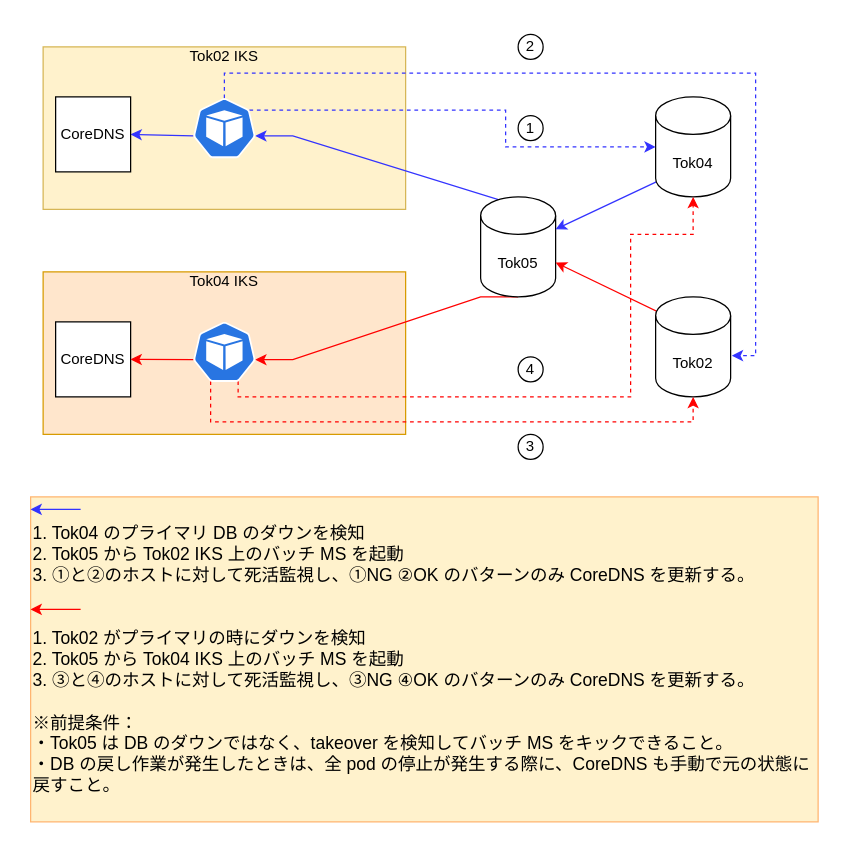
Above: page "Page-12" (12 of 13) of Untitled Diagram.drawio in stefan21jp/Liberty (draw.io), before the change. Source tidied: cells renumbered, new cells numbered last; positions are measured from the earlier drawing's top-left corner, leaving out a move shared by most shapes. Both pictures are drawn from the tidied source at 125%, with x=0, y=0 at pixel (30, 34).
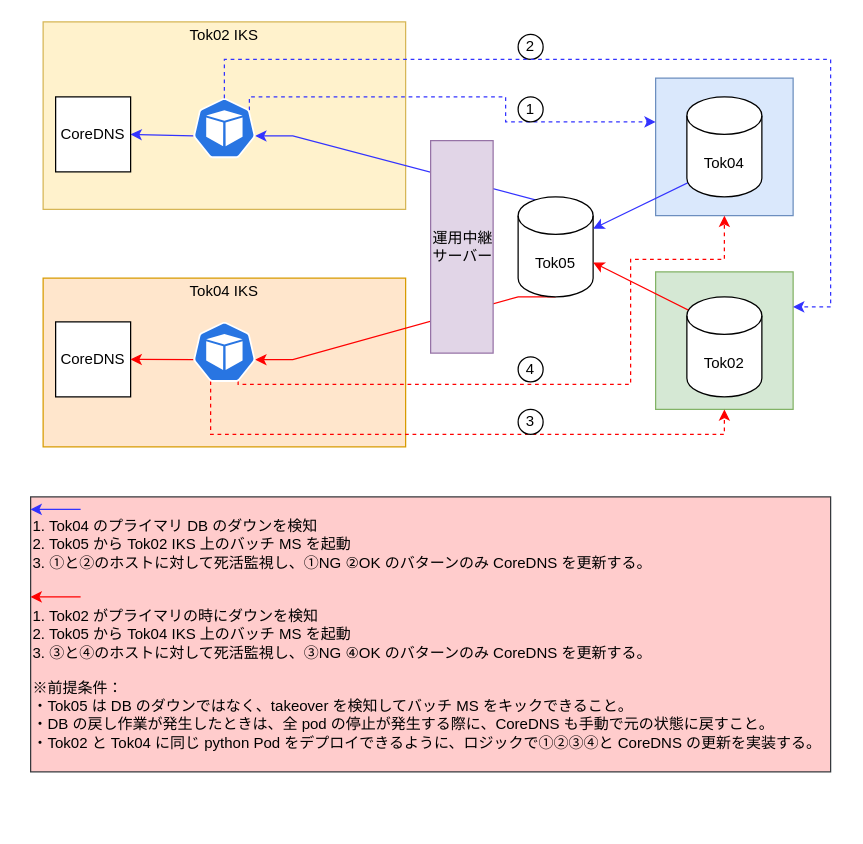
Above is the later version.

The change refers to these unchanged cells:
```xml
<mxCell id="14" style="html=1;dashed=0;whitespace=wrap;fillColor=#2875E2;strokeColor=#ffffff;points=[[0.005,0.63,0],[0.1,0.2,0],[0.9,0.2,0],[0.5,0,0],[0.995,0.63,0],[0.72,0.99,0],[0.5,1,0],[0.28,0.99,0]];shape=mxgraph.kubernetes.icon;prIcon=pod;" parent="1" vertex="1">
  <mxGeometry x="130" y="51" width="50" height="48" as="geometry" />
</mxCell>
<mxCell id="19" style="html=1;dashed=0;whitespace=wrap;fillColor=#2875E2;strokeColor=#ffffff;points=[[0.005,0.63,0],[0.1,0.2,0],[0.9,0.2,0],[0.5,0,0],[0.995,0.63,0],[0.72,0.99,0],[0.5,1,0],[0.28,0.99,0]];shape=mxgraph.kubernetes.icon;prIcon=pod;" parent="1" vertex="1">
  <mxGeometry x="130" y="230" width="50" height="48" as="geometry" />
</mxCell>
```

Change to the diagram source:
```diff
@@
+    <mxCell id="28" style="whiteSpace=wrap;html=1;strokeColor=#82b366;fillColor=#d5e8d4;fontSize=12;align=left;" parent="1" vertex="1">
+      <mxGeometry x="500" y="190" width="110" height="110" as="geometry" />
+    </mxCell>
+    <mxCell id="29" style="whiteSpace=wrap;html=1;strokeColor=#6c8ebf;fillColor=#dae8fc;fontSize=12;align=left;" parent="1" vertex="1">
+      <mxGeometry x="500" y="35" width="110" height="110" as="geometry" />
+    </mxCell>
     <mxCell id="2" value="&lt;div align=&quot;center&quot;&gt;Tok04 IKS&lt;/div&gt;&lt;div align=&quot;center&quot;&gt;&lt;br&gt;&lt;/div&gt;&lt;div align=&quot;center&quot;&gt;&lt;br&gt;&lt;/div&gt;&lt;div align=&quot;center&quot;&gt;&lt;br&gt;&lt;/div&gt;&lt;div align=&quot;center&quot;&gt;&lt;br&gt;&lt;/div&gt;&lt;div align=&quot;center&quot;&gt;&lt;br&gt;&lt;/div&gt;&lt;div align=&quot;center&quot;&gt;&lt;br&gt;&lt;/div&gt;&lt;div align=&quot;center&quot;&gt;&lt;br&gt;&lt;/div&gt;&lt;div align=&quot;center&quot;&gt;&lt;br&gt;&lt;/div&gt;" style="rounded=0;whiteSpace=wrap;html=1;align=center;fillColor=#ffe6cc;strokeColor=#d79b00;" parent="1" vertex="1">
-      <mxGeometry x="10" y="190" width="290" height="130" as="geometry" />
+      <mxGeometry x="10" y="195" width="290" height="135" as="geometry" />
     </mxCell>
-    <mxCell id="3" value="&lt;div align=&quot;center&quot;&gt;Tok02 IKS&lt;/div&gt;&lt;div align=&quot;center&quot;&gt;&lt;br&gt;&lt;/div&gt;&lt;div align=&quot;center&quot;&gt;&lt;br&gt;&lt;/div&gt;&lt;div align=&quot;center&quot;&gt;&lt;br&gt;&lt;/div&gt;&lt;div align=&quot;center&quot;&gt;&lt;br&gt;&lt;/div&gt;&lt;div align=&quot;center&quot;&gt;&lt;br&gt;&lt;/div&gt;&lt;div align=&quot;center&quot;&gt;&lt;br&gt;&lt;/div&gt;&lt;div align=&quot;center&quot;&gt;&lt;br&gt;&lt;/div&gt;&lt;div align=&quot;center&quot;&gt;&lt;br&gt;&lt;/div&gt;" style="rounded=0;whiteSpace=wrap;html=1;align=center;fillColor=#fff2cc;strokeColor=#d6b656;" parent="1" vertex="1">
-      <mxGeometry x="10" y="10" width="290" height="130" as="geometry" />
+    <mxCell id="3" value="&lt;div align=&quot;center&quot;&gt;Tok02 IKS&lt;/div&gt;&lt;div align=&quot;center&quot;&gt;&lt;br&gt;&lt;/div&gt;&lt;div align=&quot;center&quot;&gt;&lt;br&gt;&lt;/div&gt;&lt;div align=&quot;center&quot;&gt;&lt;br&gt;&lt;/div&gt;&lt;div align=&quot;center&quot;&gt;&lt;br&gt;&lt;/div&gt;&lt;div align=&quot;center&quot;&gt;&lt;br&gt;&lt;/div&gt;&lt;div align=&quot;center&quot;&gt;&lt;br&gt;&lt;/div&gt;&lt;div align=&quot;center&quot;&gt;&lt;br&gt;&lt;/div&gt;&lt;div align=&quot;center&quot;&gt;&lt;br&gt;&lt;/div&gt;&lt;div align=&quot;center&quot;&gt;&lt;br&gt;&lt;/div&gt;" style="rounded=0;whiteSpace=wrap;html=1;align=center;fillColor=#fff2cc;strokeColor=#d6b656;" parent="1" vertex="1">
+      <mxGeometry x="10" y="-10" width="290" height="150" as="geometry" />
     </mxCell>
@@
     <mxCell id="6" value="Tok05" style="shape=cylinder3;whiteSpace=wrap;html=1;boundedLbl=1;backgroundOutline=1;size=15;" parent="1" vertex="1">
-      <mxGeometry x="360" y="130" width="60" height="80" as="geometry" />
+      <mxGeometry x="390" y="130" width="60" height="80" as="geometry" />
     </mxCell>
@@
     <mxCell id="8" value="Tok04" style="shape=cylinder3;whiteSpace=wrap;html=1;boundedLbl=1;backgroundOutline=1;size=15;" parent="1" vertex="1">
-      <mxGeometry x="500" y="50" width="60" height="80" as="geometry" />
+      <mxGeometry x="525" y="50" width="60" height="80" as="geometry" />
     </mxCell>
@@
     <mxCell id="10" value="Tok02" style="shape=cylinder3;whiteSpace=wrap;html=1;boundedLbl=1;backgroundOutline=1;size=15;" parent="1" vertex="1">
-      <mxGeometry x="500" y="210" width="60" height="80" as="geometry" />
+      <mxGeometry x="525" y="210" width="60" height="80" as="geometry" />
     </mxCell>
@@
-    <mxCell id="12" style="edgeStyle=elbowEdgeStyle;rounded=0;jettySize=auto;html=1;exitX=0.9;exitY=0.2;exitDx=0;exitDy=0;exitPerimeter=0;entryX=0;entryY=0.5;entryDx=0;entryDy=0;entryPerimeter=0;strokeColor=#3333FF;dashed=1;" parent="1" edge="1" source="14" target="8">
+    <mxCell id="12" style="edgeStyle=orthogonalEdgeStyle;rounded=0;jettySize=auto;html=1;exitX=0.9;exitY=0.2;exitDx=0;exitDy=0;exitPerimeter=0;strokeColor=#3333FF;dashed=1;" parent="1" edge="1" source="14">
       <mxGeometry relative="1" as="geometry">
+        <mxPoint x="500" y="70" as="targetPoint" />
         <Array as="points">
+          <mxPoint x="175" y="50" />
           <mxPoint x="380" y="50" />
+          <mxPoint x="380" y="70" />
+          <mxPoint x="500" y="70" />
         </Array>
       </mxGeometry>
     </mxCell>
-    <mxCell id="13" style="edgeStyle=orthogonalEdgeStyle;rounded=0;jettySize=auto;html=1;exitX=0.5;exitY=0;exitDx=0;exitDy=0;exitPerimeter=0;entryX=1.017;entryY=0.588;entryDx=0;entryDy=0;entryPerimeter=0;dashed=1;strokeColor=#3333FF;" parent="1" edge="1" source="14" target="10">
-      <mxGeometry relative="1" as="geometry" />
-    </mxCell>
@@
-    <mxCell id="17" style="edgeStyle=orthogonalEdgeStyle;rounded=0;jettySize=auto;html=1;exitX=0.72;exitY=0.99;exitDx=0;exitDy=0;exitPerimeter=0;entryX=0.5;entryY=1;entryDx=0;entryDy=0;entryPerimeter=0;dashed=1;strokeColor=#FF0000;" parent="1" edge="1" source="19" target="8">
+    <mxCell id="17" style="edgeStyle=orthogonalEdgeStyle;rounded=0;jettySize=auto;html=1;exitX=0.72;exitY=0.99;exitDx=0;exitDy=0;exitPerimeter=0;dashed=1;strokeColor=#FF0000;" parent="1" edge="1" source="19">
       <mxGeometry relative="1" as="geometry">
+        <mxPoint x="555" y="145" as="targetPoint" />
         <Array as="points">
-          <mxPoint x="166" y="290" />
-          <mxPoint x="480" y="290" />
-          <mxPoint x="480" y="160" />
-          <mxPoint x="530" y="160" />
+          <mxPoint x="166" y="280" />
+          <mxPoint x="480" y="280" />
+          <mxPoint x="480" y="180" />
+          <mxPoint x="555" y="180" />
         </Array>
       </mxGeometry>
     </mxCell>
-    <mxCell id="18" style="edgeStyle=orthogonalEdgeStyle;rounded=0;jettySize=auto;html=1;exitX=0.28;exitY=0.99;exitDx=0;exitDy=0;exitPerimeter=0;entryX=0.5;entryY=1;entryDx=0;entryDy=0;entryPerimeter=0;dashed=1;strokeColor=#FF0000;" parent="1" edge="1" source="19" target="10">
+    <mxCell id="18" style="edgeStyle=orthogonalEdgeStyle;rounded=0;jettySize=auto;html=1;exitX=0.28;exitY=0.99;exitDx=0;exitDy=0;exitPerimeter=0;dashed=1;strokeColor=#FF0000;entryX=0.5;entryY=1;entryDx=0;entryDy=0;" parent="1" edge="1" source="19" target="28">
       <mxGeometry relative="1" as="geometry">
         <Array as="points">
-          <mxPoint x="144" y="310" />
-          <mxPoint x="530" y="310" />
+          <mxPoint x="144" y="320" />
+          <mxPoint x="555" y="320" />
         </Array>
       </mxGeometry>
     </mxCell>
@@
     <mxCell id="21" value="3" style="ellipse;whiteSpace=wrap;html=1;" parent="1" vertex="1">
-      <mxGeometry x="390" y="320" width="20" height="20" as="geometry" />
+      <mxGeometry x="390" y="300" width="20" height="20" as="geometry" />
     </mxCell>
@@
     <mxCell id="23" value="1" style="ellipse;whiteSpace=wrap;html=1;" parent="1" vertex="1">
-      <mxGeometry x="390" y="65" width="20" height="20" as="geometry" />
+      <mxGeometry x="390" y="50" width="20" height="20" as="geometry" />
     </mxCell>
-    <mxCell id="24" value="&lt;div style=&quot;font-size: 14px&quot;&gt;1. Tok04 のプライマリ DB のダウンを検知&lt;/div&gt;&lt;div style=&quot;font-size: 14px&quot;&gt;2. Tok05 から Tok02 IKS 上のバッチ MS を起動&lt;/div&gt;&lt;div style=&quot;font-size: 14px&quot;&gt;3. ①と②のホストに対して死活監視し、①NG ②OK のバターンのみ CoreDNS を更新する。&lt;/div&gt;&lt;div style=&quot;font-size: 14px&quot;&gt;&lt;br&gt;&lt;/div&gt;&lt;div style=&quot;font-size: 14px&quot;&gt;&lt;br style=&quot;font-size: 14px&quot;&gt;&lt;/div&gt;&lt;div style=&quot;font-size: 14px&quot;&gt;&lt;div style=&quot;font-size: 14px&quot;&gt;1. Tok02 がプライマリの時にダウンを検知&lt;/div&gt;&lt;div style=&quot;font-size: 14px&quot;&gt;2. Tok05 から Tok04 IKS 上のバッチ MS を起動&lt;/div&gt;&lt;div style=&quot;font-size: 14px&quot;&gt;3. ③と④のホストに対して死活監視し、③NG ④OK のバターンのみ CoreDNS を更新する。&lt;/div&gt;&lt;div style=&quot;font-size: 14px&quot;&gt;&lt;br&gt;&lt;/div&gt;&lt;div style=&quot;font-size: 14px&quot;&gt;※前提条件：&lt;/div&gt;&lt;div style=&quot;font-size: 14px&quot;&gt;・Tok05 は DB のダウンではなく、takeover を検知してバッチ MS をキックできること。&lt;/div&gt;&lt;div style=&quot;font-size: 14px&quot;&gt;・DB の戻し作業が発生したときは、全 pod の停止が発生する際に、CoreDNS も手動で元の状態に戻すこと。&lt;br style=&quot;font-size: 14px&quot;&gt;&lt;/div&gt;&lt;/div&gt;" style="rounded=0;whiteSpace=wrap;html=1;align=left;fontSize=14;fillColor=#fff2cc;strokeColor=#FFB570;" parent="1" vertex="1">
-      <mxGeometry y="370" width="630" height="260" as="geometry" />
+    <mxCell id="24" value="&lt;div style=&quot;font-size: 12px;&quot;&gt;1. Tok04 のプライマリ DB のダウンを検知&lt;/div&gt;&lt;div style=&quot;font-size: 12px;&quot;&gt;2. Tok05 から Tok02 IKS 上のバッチ MS を起動&lt;/div&gt;&lt;div style=&quot;font-size: 12px;&quot;&gt;3. ①と②のホストに対して死活監視し、①NG ②OK のバターンのみ CoreDNS を更新する。&lt;/div&gt;&lt;div style=&quot;font-size: 12px;&quot;&gt;&lt;br style=&quot;font-size: 12px;&quot;&gt;&lt;/div&gt;&lt;div style=&quot;font-size: 12px;&quot;&gt;&lt;br style=&quot;font-size: 12px;&quot;&gt;&lt;/div&gt;&lt;div style=&quot;font-size: 12px;&quot;&gt;&lt;div style=&quot;font-size: 12px;&quot;&gt;1. Tok02 がプライマリの時にダウンを検知&lt;/div&gt;&lt;div style=&quot;font-size: 12px;&quot;&gt;2. Tok05 から Tok04 IKS 上のバッチ MS を起動&lt;/div&gt;&lt;div style=&quot;font-size: 12px;&quot;&gt;3. ③と④のホストに対して死活監視し、③NG ④OK のバターンのみ CoreDNS を更新する。&lt;/div&gt;&lt;div style=&quot;font-size: 12px;&quot;&gt;&lt;br style=&quot;font-size: 12px;&quot;&gt;&lt;/div&gt;&lt;div style=&quot;font-size: 12px;&quot;&gt;※前提条件：&lt;/div&gt;&lt;div style=&quot;font-size: 12px;&quot;&gt;・Tok05 は DB のダウンではなく、takeover を検知してバッチ MS をキックできること。&lt;/div&gt;&lt;div style=&quot;font-size: 12px;&quot;&gt;・DB の戻し作業が発生したときは、全 pod の停止が発生する際に、CoreDNS も手動で元の状態に戻すこと。&lt;/div&gt;&lt;div style=&quot;font-size: 12px;&quot;&gt;・Tok02 と Tok04 に同じ python Pod をデプロイできるように、ロジックで①②③④と CoreDNS の更新を実装する。&lt;br style=&quot;font-size: 12px;&quot;&gt;&lt;/div&gt;&lt;/div&gt;" style="rounded=0;whiteSpace=wrap;html=1;align=left;fontSize=12;fillColor=#ffcccc;strokeColor=#36393d;" parent="1" vertex="1">
+      <mxGeometry y="370" width="640" height="220" as="geometry" />
     </mxCell>
     <mxCell id="25" style="endArrow=classic;html=1;strokeColor=#FF0000;fontSize=14;" parent="1" edge="1">
       <mxGeometry relative="1" as="geometry">
-        <mxPoint x="40" y="460" as="sourcePoint" />
-        <mxPoint y="460" as="targetPoint" />
+        <mxPoint x="40" y="450" as="sourcePoint" />
+        <mxPoint y="450" as="targetPoint" />
       </mxGeometry>
     </mxCell>
@@
+    <mxCell id="30" value="運用中継サーバー" style="rounded=0;whiteSpace=wrap;html=1;strokeColor=#9673a6;fillColor=#e1d5e7;fontSize=12;align=left;" parent="1" vertex="1">
+      <mxGeometry x="320" y="85" width="50" height="170" as="geometry" />
+    </mxCell>
+    <mxCell id="31" style="edgeStyle=orthogonalEdgeStyle;rounded=0;jettySize=auto;html=1;exitX=0.5;exitY=0;exitDx=0;exitDy=0;exitPerimeter=0;dashed=1;strokeColor=#3333FF;" parent="1" edge="1" source="14">
+      <mxGeometry relative="1" as="geometry">
+        <mxPoint x="610" y="218" as="targetPoint" />
+        <Array as="points">
+          <mxPoint x="155" y="20" />
+          <mxPoint x="640" y="20" />
+          <mxPoint x="640" y="218" />
+        </Array>
+      </mxGeometry>
+    </mxCell>
```
